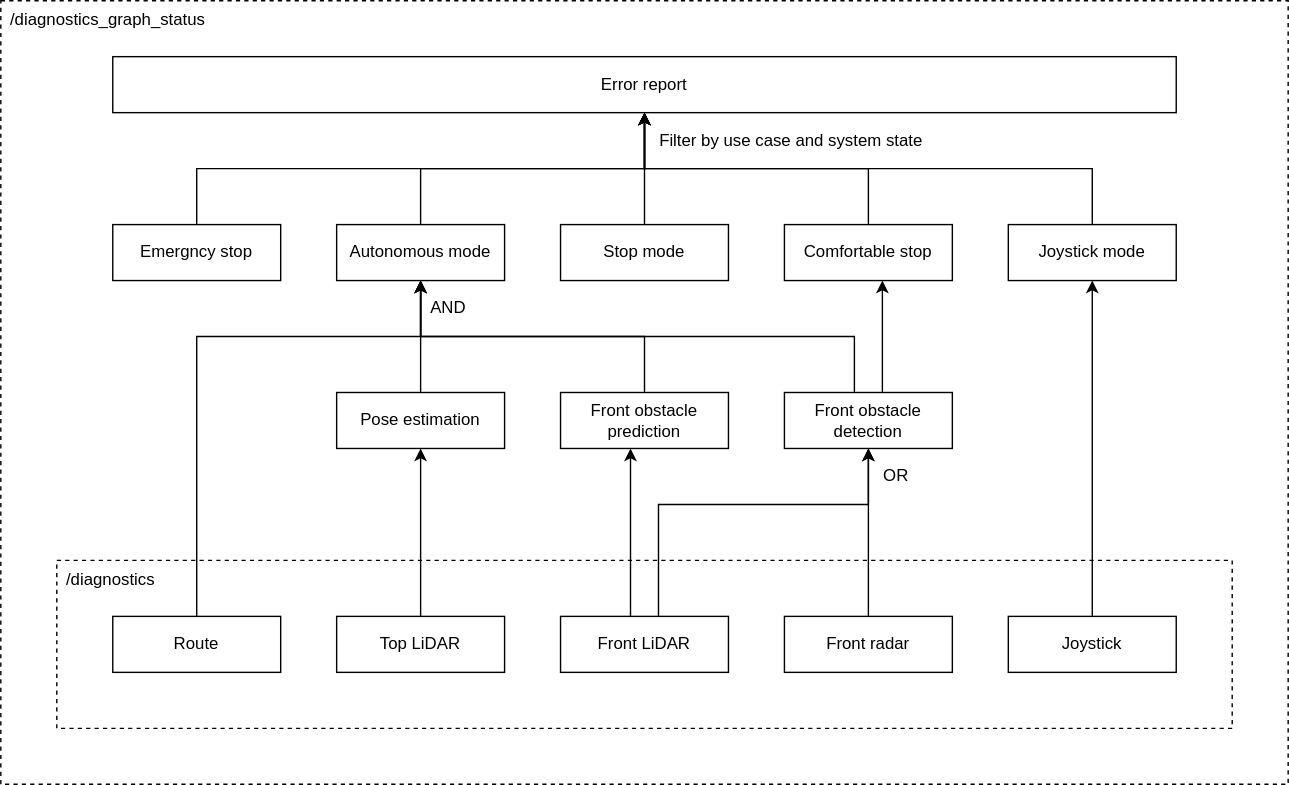
Above: system/system_diagnostic_graph/doc/overview.drawio.svg in autowarefoundation/autoware.universe (draw.io), before the change. Source tidied: cells renumbered, new cells last; positions are measured from the earlier drawing's top-left corner, leaving out a move shared by most shapes.
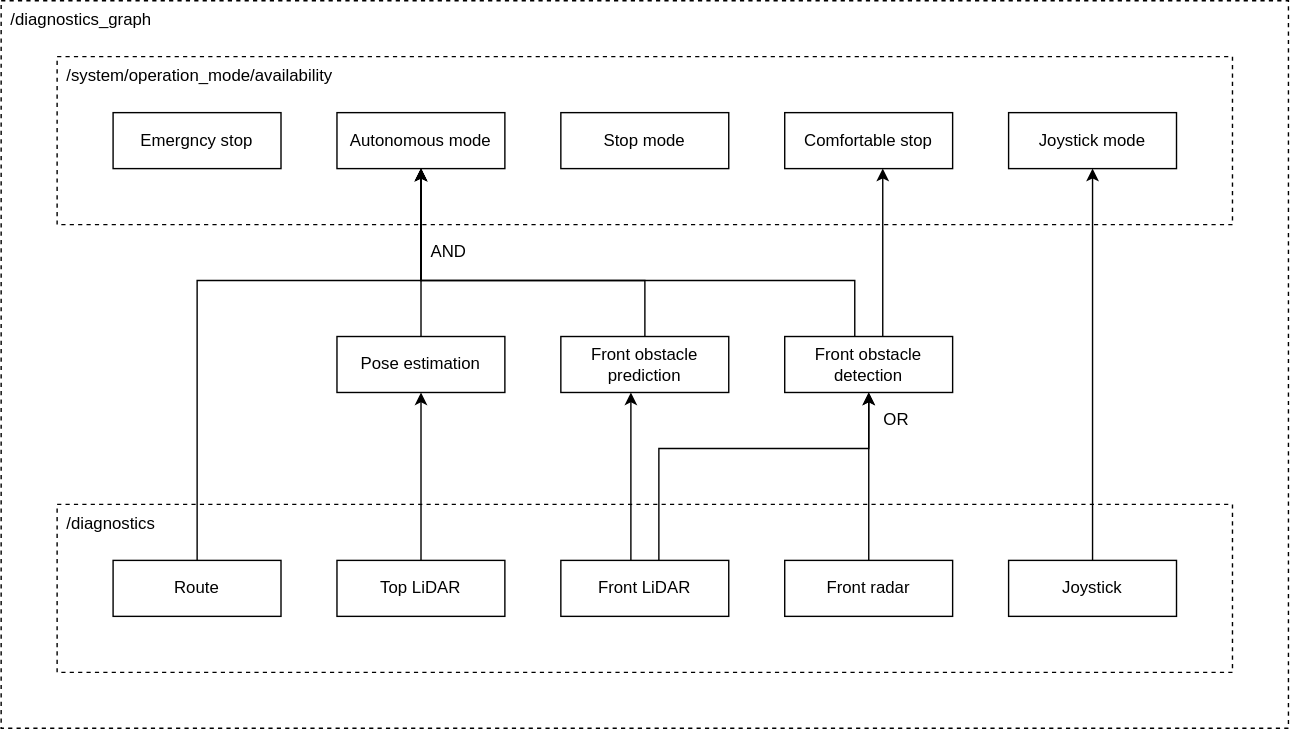
After the change.

Commit message:
update readme mode availability

Diff of the diagram source:
```diff
@@ -2,9 +2,12 @@
   <root>
     <mxCell id="0" />
     <mxCell id="1" parent="0" />
-    <mxCell id="2" value="/diagnostics_graph_status" style="rounded=0;whiteSpace=wrap;html=1;align=left;verticalAlign=top;spacingLeft=5;dashed=1;" parent="1" vertex="1">
-      <mxGeometry width="920" height="560" as="geometry" />
+    <mxCell id="2" value="/diagnostics_graph" style="rounded=0;whiteSpace=wrap;html=1;align=left;verticalAlign=top;spacingLeft=5;dashed=1;" parent="1" vertex="1">
+      <mxGeometry y="40" width="920" height="520" as="geometry" />
     </mxCell>
+    <mxCell id="37" value="/system/operation_mode/availability" style="rounded=0;whiteSpace=wrap;html=1;align=left;verticalAlign=top;spacingLeft=5;dashed=1;" parent="1" vertex="1">
+      <mxGeometry x="40" y="80" width="840" height="120" as="geometry" />
+    </mxCell>
     <mxCell id="3" value="/diagnostics" style="rounded=0;whiteSpace=wrap;html=1;align=left;verticalAlign=top;spacingLeft=5;dashed=1;" parent="1" vertex="1">
       <mxGeometry x="40" y="400" width="840" height="120" as="geometry" />
     </mxCell>
@@ -68,23 +71,14 @@
     <mxCell id="13" value="Pose estimation" style="rounded=0;whiteSpace=wrap;html=1;" parent="1" vertex="1">
       <mxGeometry x="240" y="280" width="120" height="40" as="geometry" />
     </mxCell>
-    <mxCell id="14" style="edgeStyle=orthogonalEdgeStyle;rounded=0;jettySize=auto;html=1;" parent="1" edge="1" source="15" target="31">
-      <mxGeometry relative="1" as="geometry" />
-    </mxCell>
     <mxCell id="15" value="Autonomous mode" style="rounded=0;whiteSpace=wrap;html=1;" parent="1" vertex="1">
-      <mxGeometry x="240" y="160" width="120" height="40" as="geometry" />
+      <mxGeometry x="240" y="120" width="120" height="40" as="geometry" />
     </mxCell>
-    <mxCell id="16" style="edgeStyle=orthogonalEdgeStyle;rounded=0;jettySize=auto;html=1;" parent="1" edge="1" source="17" target="31">
-      <mxGeometry relative="1" as="geometry" />
-    </mxCell>
     <mxCell id="17" value="Comfortable stop" style="rounded=0;whiteSpace=wrap;html=1;" parent="1" vertex="1">
-      <mxGeometry x="560" y="160" width="120" height="40" as="geometry" />
+      <mxGeometry x="560" y="120" width="120" height="40" as="geometry" />
     </mxCell>
-    <mxCell id="18" style="edgeStyle=orthogonalEdgeStyle;rounded=0;jettySize=auto;html=1;" parent="1" edge="1" source="19" target="31">
-      <mxGeometry relative="1" as="geometry" />
-    </mxCell>
     <mxCell id="19" value="Emergncy stop" style="rounded=0;whiteSpace=wrap;html=1;" parent="1" vertex="1">
-      <mxGeometry x="80" y="160" width="120" height="40" as="geometry" />
+      <mxGeometry x="80" y="120" width="120" height="40" as="geometry" />
     </mxCell>
     <mxCell id="20" style="edgeStyle=orthogonalEdgeStyle;rounded=0;jettySize=auto;html=1;" parent="1" edge="1" source="21" target="15">
       <mxGeometry relative="1" as="geometry">
@@ -97,11 +91,8 @@
     <mxCell id="21" value="Route" style="rounded=0;whiteSpace=wrap;html=1;" parent="1" vertex="1">
       <mxGeometry x="80" y="440" width="120" height="40" as="geometry" />
     </mxCell>
-    <mxCell id="22" style="edgeStyle=orthogonalEdgeStyle;rounded=0;jettySize=auto;html=1;" parent="1" edge="1" source="23" target="31">
-      <mxGeometry relative="1" as="geometry" />
-    </mxCell>
     <mxCell id="23" value="Joystick mode" style="rounded=0;whiteSpace=wrap;html=1;" parent="1" vertex="1">
-      <mxGeometry x="720" y="160" width="120" height="40" as="geometry" />
+      <mxGeometry x="720" y="120" width="120" height="40" as="geometry" />
     </mxCell>
     <mxCell id="24" style="edgeStyle=orthogonalEdgeStyle;rounded=0;jettySize=auto;html=1;" parent="1" edge="1" source="25" target="23">
       <mxGeometry relative="1" as="geometry" />
@@ -121,18 +112,9 @@
         </Array>
       </mxGeometry>
     </mxCell>
-    <mxCell id="28" value="Filter by use case and system state" style="text;html=1;strokeColor=none;fillColor=none;align=center;verticalAlign=middle;whiteSpace=wrap;rounded=0;" parent="1" vertex="1">
-      <mxGeometry x="460" y="90" width="210" height="20" as="geometry" />
-    </mxCell>
-    <mxCell id="29" style="edgeStyle=orthogonalEdgeStyle;rounded=0;jettySize=auto;html=1;" parent="1" edge="1" source="30" target="31">
-      <mxGeometry relative="1" as="geometry" />
-    </mxCell>
     <mxCell id="30" value="Stop mode" style="rounded=0;whiteSpace=wrap;html=1;" parent="1" vertex="1">
-      <mxGeometry x="400" y="160" width="120" height="40" as="geometry" />
+      <mxGeometry x="400" y="120" width="120" height="40" as="geometry" />
     </mxCell>
-    <mxCell id="31" value="Error report" style="rounded=0;whiteSpace=wrap;html=1;" parent="1" vertex="1">
-      <mxGeometry x="80" y="40" width="760" height="40" as="geometry" />
-    </mxCell>
     <mxCell id="32" style="edgeStyle=orthogonalEdgeStyle;rounded=0;jettySize=auto;html=1;" parent="1" edge="1" source="33" target="11">
       <mxGeometry relative="1" as="geometry">
         <Array as="points">
```
